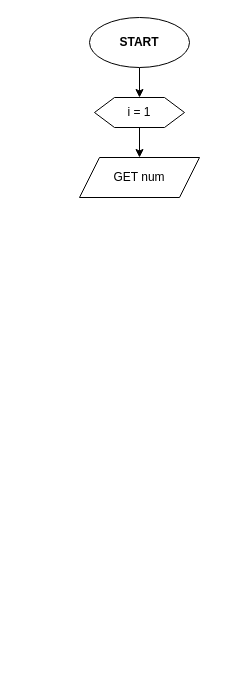
Earlier version of the draw.io diagram page "5_22" (2 of 3) of Lab Exercise 4/lab5.2.drawio (barrosaur/first-year-cpe-lab). Source tidied: cells renumbered, new cells numbered last; positions are measured from the earlier drawing's top-left corner, leaving out a move shared by most shapes. Both pictures are drawn from the tidied source at 100%, with x=0, y=0 at pixel (79, 17).
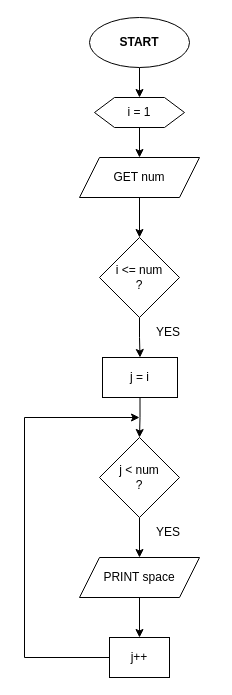
After the change.

Unchanged cells that the change refers to:
```xml
<mxCell id="6" value="GET num" style="shape=parallelogram;perimeter=parallelogramPerimeter;whiteSpace=wrap;html=1;fixedSize=1;" parent="1" vertex="1">
  <mxGeometry y="140" width="120" height="40" as="geometry" />
</mxCell>
```

The edit, as a diff of the source:
```diff
@@
+    <mxCell id="7" style="edgeStyle=orthogonalEdgeStyle;rounded=0;jettySize=auto;html=1;exitX=0.5;exitY=1;exitDx=0;exitDy=0;entryX=0.5;entryY=0;entryDx=0;entryDy=0;" parent="1" edge="1" source="6" target="9">
+      <mxGeometry relative="1" as="geometry" />
+    </mxCell>
@@
+    <mxCell id="8" style="edgeStyle=orthogonalEdgeStyle;rounded=0;jettySize=auto;html=1;exitX=0.5;exitY=1;exitDx=0;exitDy=0;entryX=0.5;entryY=0;entryDx=0;entryDy=0;" parent="1" edge="1" source="9" target="12">
+      <mxGeometry relative="1" as="geometry" />
+    </mxCell>
+    <mxCell id="9" value="i &amp;lt;= num&lt;div&gt;?&lt;/div&gt;" style="rhombus;whiteSpace=wrap;html=1;" parent="1" vertex="1">
+      <mxGeometry x="20" y="220" width="80" height="80" as="geometry" />
+    </mxCell>
+    <mxCell id="10" value="YES" style="text;html=1;align=left;verticalAlign=middle;whiteSpace=wrap;rounded=0;" parent="1" vertex="1">
+      <mxGeometry x="75" y="300" width="60" height="30" as="geometry" />
+    </mxCell>
+    <mxCell id="11" style="edgeStyle=orthogonalEdgeStyle;rounded=0;jettySize=auto;html=1;exitX=0.5;exitY=1;exitDx=0;exitDy=0;entryX=0.5;entryY=0;entryDx=0;entryDy=0;" parent="1" edge="1" source="12" target="14">
+      <mxGeometry relative="1" as="geometry" />
+    </mxCell>
+    <mxCell id="12" value="j = i" style="rounded=0;whiteSpace=wrap;html=1;" parent="1" vertex="1">
+      <mxGeometry x="23" y="340" width="75" height="40" as="geometry" />
+    </mxCell>
+    <mxCell id="13" style="edgeStyle=orthogonalEdgeStyle;rounded=0;jettySize=auto;html=1;exitX=0.5;exitY=1;exitDx=0;exitDy=0;entryX=0.5;entryY=0;entryDx=0;entryDy=0;" parent="1" edge="1" source="14" target="17">
+      <mxGeometry relative="1" as="geometry" />
+    </mxCell>
+    <mxCell id="14" value="j &amp;lt; num&lt;div&gt;?&lt;/div&gt;" style="rhombus;whiteSpace=wrap;html=1;" parent="1" vertex="1">
+      <mxGeometry x="20" y="420" width="80" height="80" as="geometry" />
+    </mxCell>
+    <mxCell id="15" value="YES" style="text;html=1;align=left;verticalAlign=middle;whiteSpace=wrap;rounded=0;" parent="1" vertex="1">
+      <mxGeometry x="75" y="500" width="60" height="30" as="geometry" />
+    </mxCell>
+    <mxCell id="16" style="edgeStyle=orthogonalEdgeStyle;rounded=0;jettySize=auto;html=1;exitX=0.5;exitY=1;exitDx=0;exitDy=0;entryX=0.5;entryY=0;entryDx=0;entryDy=0;" parent="1" edge="1" source="17" target="18">
+      <mxGeometry relative="1" as="geometry" />
+    </mxCell>
+    <mxCell id="17" value="PRINT space" style="shape=parallelogram;perimeter=parallelogramPerimeter;whiteSpace=wrap;html=1;fixedSize=1;" parent="1" vertex="1">
+      <mxGeometry y="540" width="120" height="40" as="geometry" />
+    </mxCell>
+    <mxCell id="18" value="j++" style="rounded=0;whiteSpace=wrap;html=1;" parent="1" vertex="1">
+      <mxGeometry x="30" y="620" width="60" height="40" as="geometry" />
+    </mxCell>
+    <mxCell id="19" style="endArrow=classic;html=1;rounded=0;" parent="1" edge="1">
+      <mxGeometry relative="1" as="geometry">
+        <mxPoint x="-55" y="400" as="sourcePoint" />
+        <mxPoint x="60" y="400" as="targetPoint" />
+      </mxGeometry>
+    </mxCell>
+    <mxCell id="20" style="endArrow=none;html=1;rounded=0;" parent="1" edge="1">
+      <mxGeometry relative="1" as="geometry">
+        <mxPoint x="-55" y="640" as="sourcePoint" />
+        <mxPoint x="-55" y="400" as="targetPoint" />
+      </mxGeometry>
+    </mxCell>
+    <mxCell id="21" style="endArrow=none;html=1;rounded=0;entryX=0;entryY=0.5;entryDx=0;entryDy=0;" parent="1" edge="1" target="18">
+      <mxGeometry relative="1" as="geometry">
+        <mxPoint x="-55" y="640" as="sourcePoint" />
+      </mxGeometry>
+    </mxCell>
```
